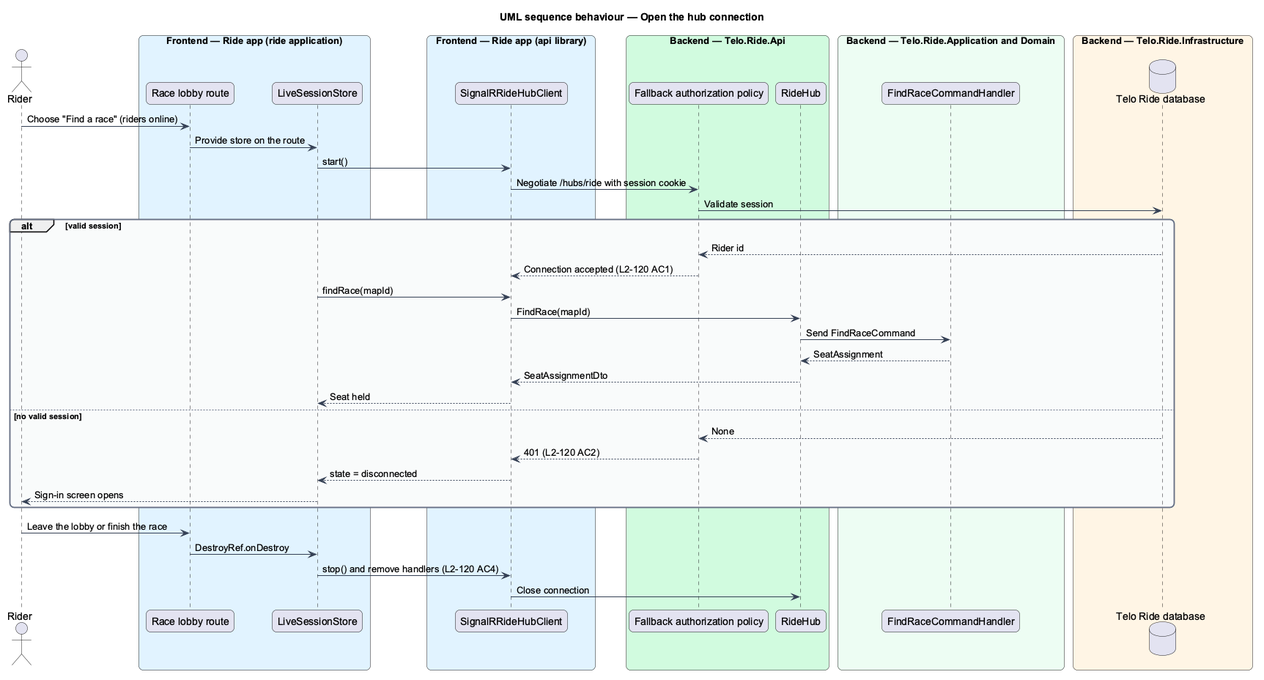
Before: docs/detailed-designs/multiplayer/connect-to-the-ride-hub/diagrams/sequence-open-the-connection.png, a diagram exported from PlantUML (QuinntyneBrown/ride-one). The source it was exported from:
```plantuml
@startuml
title UML sequence behaviour — Open the hub connection
skinparam backgroundColor #FFFFFF
skinparam shadowing false
skinparam roundcorner 12
skinparam defaultFontName Arial
skinparam ArrowColor #344054
skinparam rectangle {
  BorderColor #344054
  FontColor #101828
}
skinparam package {
  BorderColor #667085
  FontColor #101828
  BackgroundColor #F9FAFB
}
actor "Rider" as actor
box "Frontend — Ride app (ride application)" #E0F2FE
  participant "Race lobby route" as route
  participant "LiveSessionStore" as store
end box
box "Frontend — Ride app (api library)" #E0F2FE
  participant "SignalRRideHubClient" as client
end box
box "Backend — Telo.Ride.Api" #D1FADF
  participant "Fallback authorization policy" as auth
  participant "RideHub" as hub
end box
box "Backend — Telo.Ride.Application and Domain" #ECFDF3
  participant "FindRaceCommandHandler" as handler
end box
box "Backend — Telo.Ride.Infrastructure" #FFF4E5
  database "Telo Ride database" as db
end box
actor -> route : Choose "Find a race" (riders online)
route -> store : Provide store on the route
store -> client : start()
client -> auth : Negotiate /hubs/ride with session cookie
auth -> db : Validate session
alt valid session
  db --> auth : Rider id
  auth --> client : Connection accepted (L2-120 AC1)
  store -> client : findRace(mapId)
  client -> hub : FindRace(mapId)
  hub -> handler : Send FindRaceCommand
  handler --> hub : SeatAssignment
  hub --> client : SeatAssignmentDto
  client --> store : Seat held
else no valid session
  db --> auth : None
  auth --> client : 401 (L2-120 AC2)
  client --> store : state = disconnected
  store --> actor : Sign-in screen opens
end
actor -> route : Leave the lobby or finish the race
route -> store : DestroyRef.onDestroy
store -> client : stop() and remove handlers (L2-120 AC4)
client -> hub : Close connection
@enduml
```
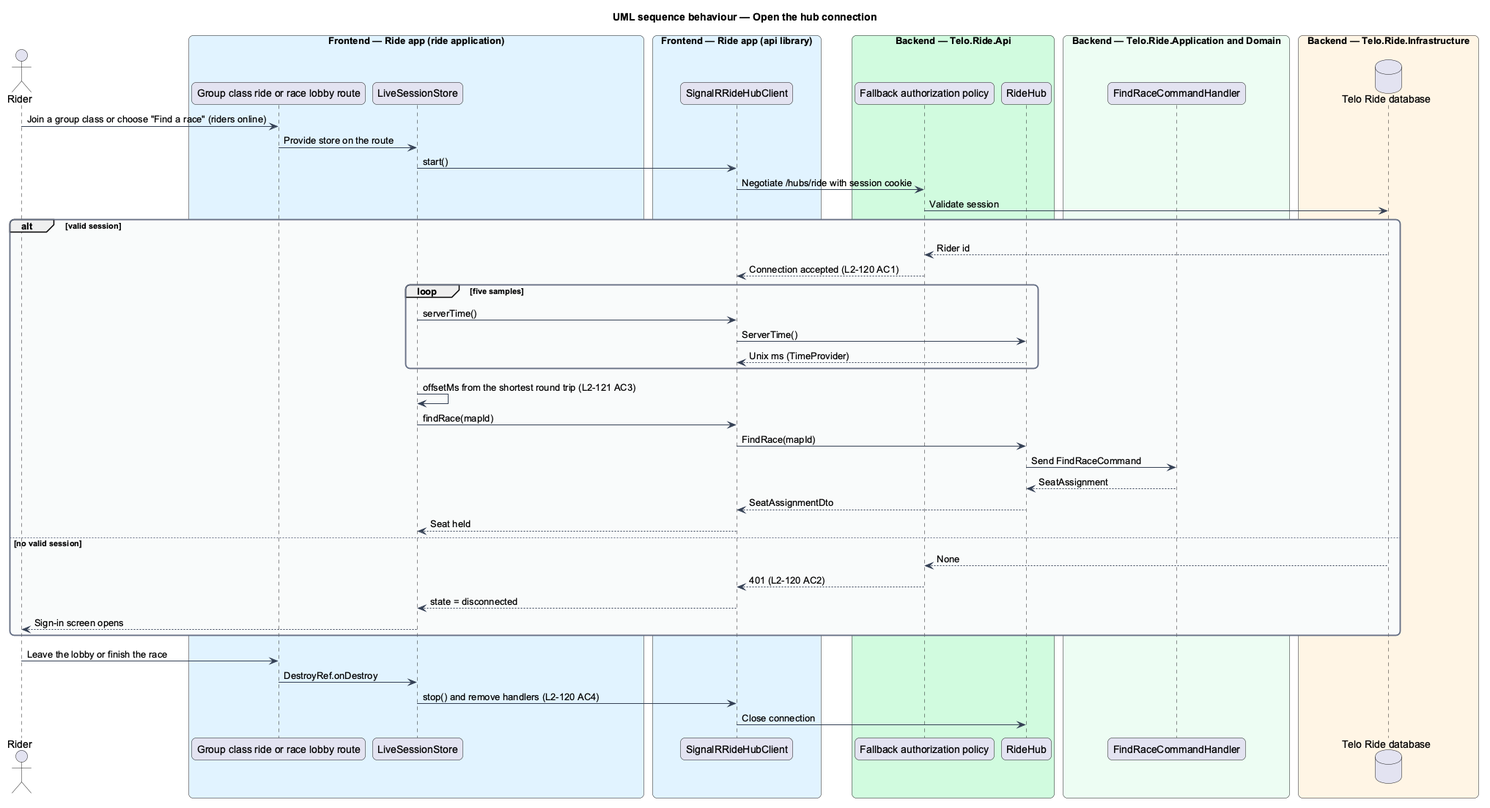
After the change.

Commit message:
Answer the ride hub's ServerTime for the clock offset (slice 14.1)

Diff of the diagram source:
```diff
@@ -16,7 +16,7 @@
 }
 actor "Rider" as actor
 box "Frontend — Ride app (ride application)" #E0F2FE
-  participant "Race lobby route" as route
+  participant "Group class ride or race lobby route" as route
   participant "LiveSessionStore" as store
 end box
 box "Frontend — Ride app (api library)" #E0F2FE
@@ -32,7 +32,7 @@
 box "Backend — Telo.Ride.Infrastructure" #FFF4E5
   database "Telo Ride database" as db
 end box
-actor -> route : Choose "Find a race" (riders online)
+actor -> route : Join a group class or choose "Find a race" (riders online)
 route -> store : Provide store on the route
 store -> client : start()
 client -> auth : Negotiate /hubs/ride with session cookie
@@ -40,6 +40,12 @@
 alt valid session
   db --> auth : Rider id
   auth --> client : Connection accepted (L2-120 AC1)
+  loop five samples
+    store -> client : serverTime()
+    client -> hub : ServerTime()
+    hub --> client : Unix ms (TimeProvider)
+  end
+  store -> store : offsetMs from the shortest round trip (L2-121 AC3)
   store -> client : findRace(mapId)
   client -> hub : FindRace(mapId)
   hub -> handler : Send FindRaceCommand
```
